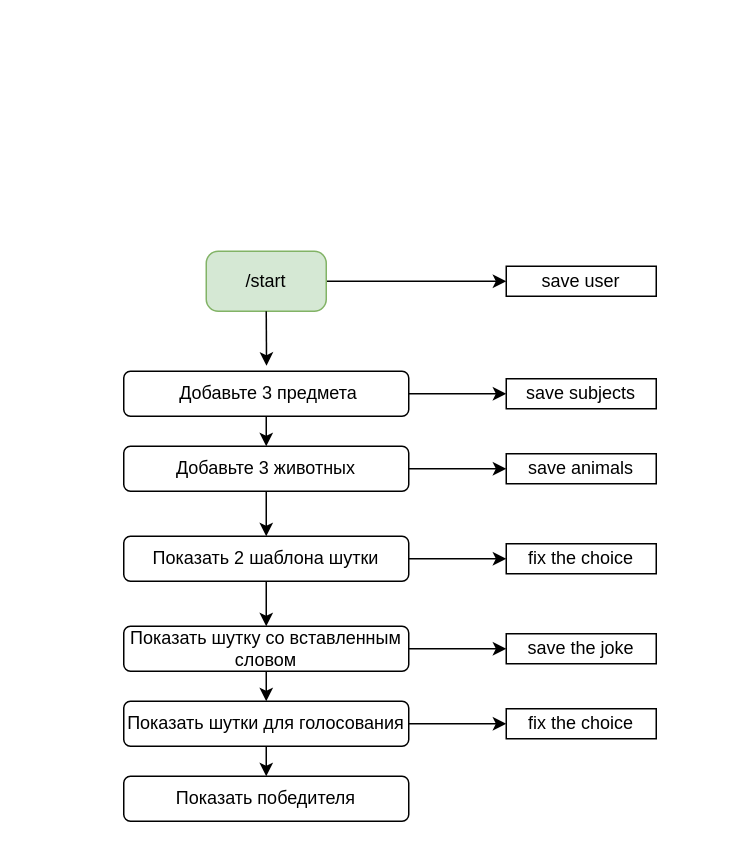
Before: page "Page-1" (1 of 2) of telebot.drawio in yuko-37/smehahuehbot, a draw.io diagram. Source tidied: cells renumbered, new cells numbered last; positions are measured from the earlier drawing's top-left corner, leaving out a move shared by most shapes. Both pictures are drawn from the tidied source at 150%, with x=0, y=0 at pixel (123, 250).
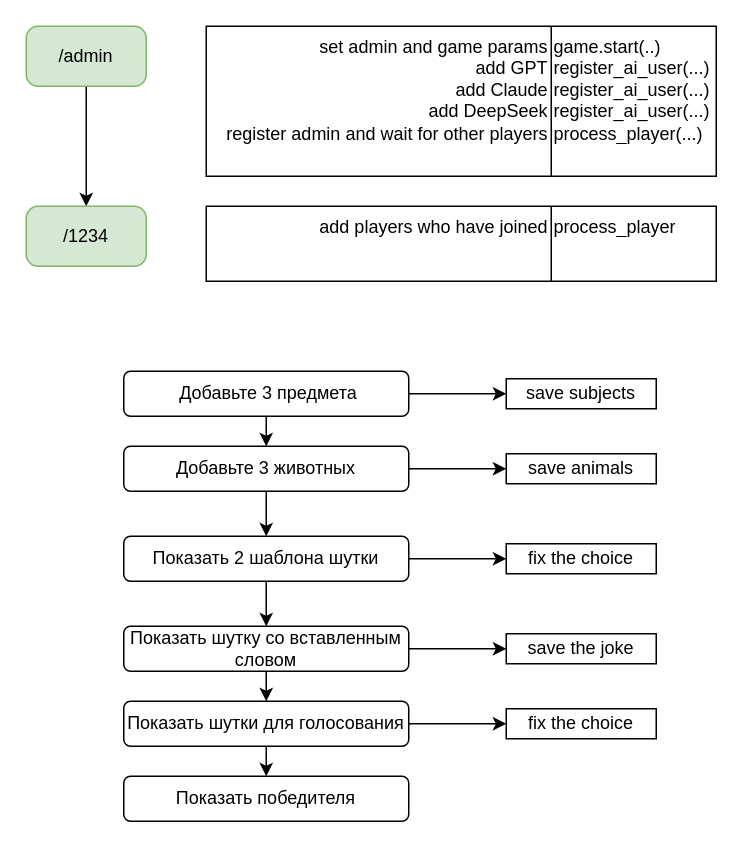
Above is the later version.

The change refers to these unchanged cells:
```xml
<mxCell id="6" value="&amp;nbsp;Добавьте 3 предмета" style="rounded=1;whiteSpace=wrap;html=1;" parent="1" vertex="1">
  <mxGeometry y="80" width="190" height="30" as="geometry" />
</mxCell>
```

The edit, as a diff of the source:
```diff
@@
-    <mxCell id="2" style="edgeStyle=orthogonalEdgeStyle;rounded=0;jettySize=auto;html=1;" parent="1" edge="1" source="3" target="13">
-      <mxGeometry relative="1" as="geometry" />
-    </mxCell>
+    <mxCell id="27" style="edgeStyle=orthogonalEdgeStyle;rounded=0;jettySize=auto;html=1;entryX=0.5;entryY=0;entryDx=0;entryDy=0;" parent="1" edge="1" source="3" target="32">
+      <mxGeometry relative="1" as="geometry" />
+    </mxCell>
-    <mxCell id="3" value="/start" style="rounded=1;whiteSpace=wrap;html=1;fillColor=#d5e8d4;strokeColor=#82b366;arcSize=20;" parent="1" vertex="1">
-      <mxGeometry x="55" width="80" height="40" as="geometry" />
+    <mxCell id="3" value="/admin" style="rounded=1;whiteSpace=wrap;html=1;fillColor=#d5e8d4;strokeColor=#82b366;arcSize=20;" parent="1" vertex="1">
+      <mxGeometry x="-65" y="-150" width="80" height="40" as="geometry" />
     </mxCell>
@@
-    <mxCell id="10" style="edgeStyle=orthogonalEdgeStyle;rounded=0;jettySize=auto;html=1;exitX=0.5;exitY=1;exitDx=0;exitDy=0;entryX=0.501;entryY=-0.122;entryDx=0;entryDy=0;entryPerimeter=0;" parent="1" edge="1" source="3" target="6">
-      <mxGeometry relative="1" as="geometry" />
-    </mxCell>
@@
-    <mxCell id="13" value="&lt;div&gt;&lt;font&gt;save user&lt;/font&gt;&lt;/div&gt;" style="rounded=0;whiteSpace=wrap;html=1;" parent="1" vertex="1">
-      <mxGeometry x="255" y="10" width="100" height="20" as="geometry" />
-    </mxCell>
@@
+    <mxCell id="28" style="shape=table;startSize=0;childLayout=tableLayout;fontSize=12;" parent="1" vertex="1">
+      <mxGeometry x="55" y="-150" width="340" height="100" as="geometry" />
+    </mxCell>
+    <mxCell id="29" style="shape=tableRow;horizontal=0;startSize=0;swimlaneHead=0;swimlaneBody=0;strokeColor=inherit;top=0;left=0;bottom=0;right=0;fillColor=none;fontSize=16;" parent="28" vertex="1">
+      <mxGeometry width="340" height="100" as="geometry" />
+    </mxCell>
+    <mxCell id="30" value="&lt;span&gt;set admin and game params&lt;/span&gt;&lt;div&gt;add GPT&lt;/div&gt;&lt;div&gt;add Claude&lt;/div&gt;&lt;div&gt;add DeepSeek&lt;/div&gt;&lt;div&gt;register admin and wait for other players&lt;/div&gt;" style="shape=partialRectangle;html=1;whiteSpace=wrap;strokeColor=inherit;overflow=hidden;fillColor=none;top=0;left=0;bottom=0;right=0;fontSize=12;align=right;verticalAlign=top;" parent="29" vertex="1">
+      <mxGeometry width="230" height="100" as="geometry" />
+    </mxCell>
+    <mxCell id="31" value="game.start(..)&lt;div&gt;register_ai_user(...)&lt;/div&gt;&lt;div&gt;register_ai_user(...)&lt;/div&gt;&lt;div&gt;register_ai_user(...)&lt;/div&gt;&lt;div&gt;process_player(...)&lt;/div&gt;" style="shape=partialRectangle;html=1;whiteSpace=wrap;strokeColor=inherit;overflow=hidden;fillColor=none;top=0;left=0;bottom=0;right=0;fontSize=12;align=left;verticalAlign=top;colspan=1;" parent="29" vertex="1">
+      <mxGeometry x="230" width="110" height="100" as="geometry" />
+    </mxCell>
+    <mxCell id="32" value="/1234" style="rounded=1;whiteSpace=wrap;html=1;fillColor=#d5e8d4;strokeColor=#82b366;arcSize=20;" parent="1" vertex="1">
+      <mxGeometry x="-65" y="-30" width="80" height="40" as="geometry" />
+    </mxCell>
+    <mxCell id="33" style="shape=table;startSize=0;childLayout=tableLayout;fontSize=12;" parent="1" vertex="1">
+      <mxGeometry x="55" y="-30" width="340" height="50" as="geometry" />
+    </mxCell>
+    <mxCell id="34" style="shape=tableRow;horizontal=0;startSize=0;swimlaneHead=0;swimlaneBody=0;strokeColor=inherit;top=0;left=0;bottom=0;right=0;fillColor=none;fontSize=16;" parent="33" vertex="1">
+      <mxGeometry width="340" height="50" as="geometry" />
+    </mxCell>
+    <mxCell id="35" value="add players who have joined" style="shape=partialRectangle;html=1;whiteSpace=wrap;strokeColor=inherit;overflow=hidden;fillColor=none;top=0;left=0;bottom=0;right=0;fontSize=12;align=right;verticalAlign=top;" parent="34" vertex="1">
+      <mxGeometry width="230" height="50" as="geometry" />
+    </mxCell>
+    <mxCell id="36" value="process_player" style="shape=partialRectangle;html=1;whiteSpace=wrap;strokeColor=inherit;overflow=hidden;fillColor=none;top=0;left=0;bottom=0;right=0;fontSize=12;align=left;verticalAlign=top;colspan=1;" parent="34" vertex="1">
+      <mxGeometry x="230" width="110" height="50" as="geometry" />
+    </mxCell>
```
